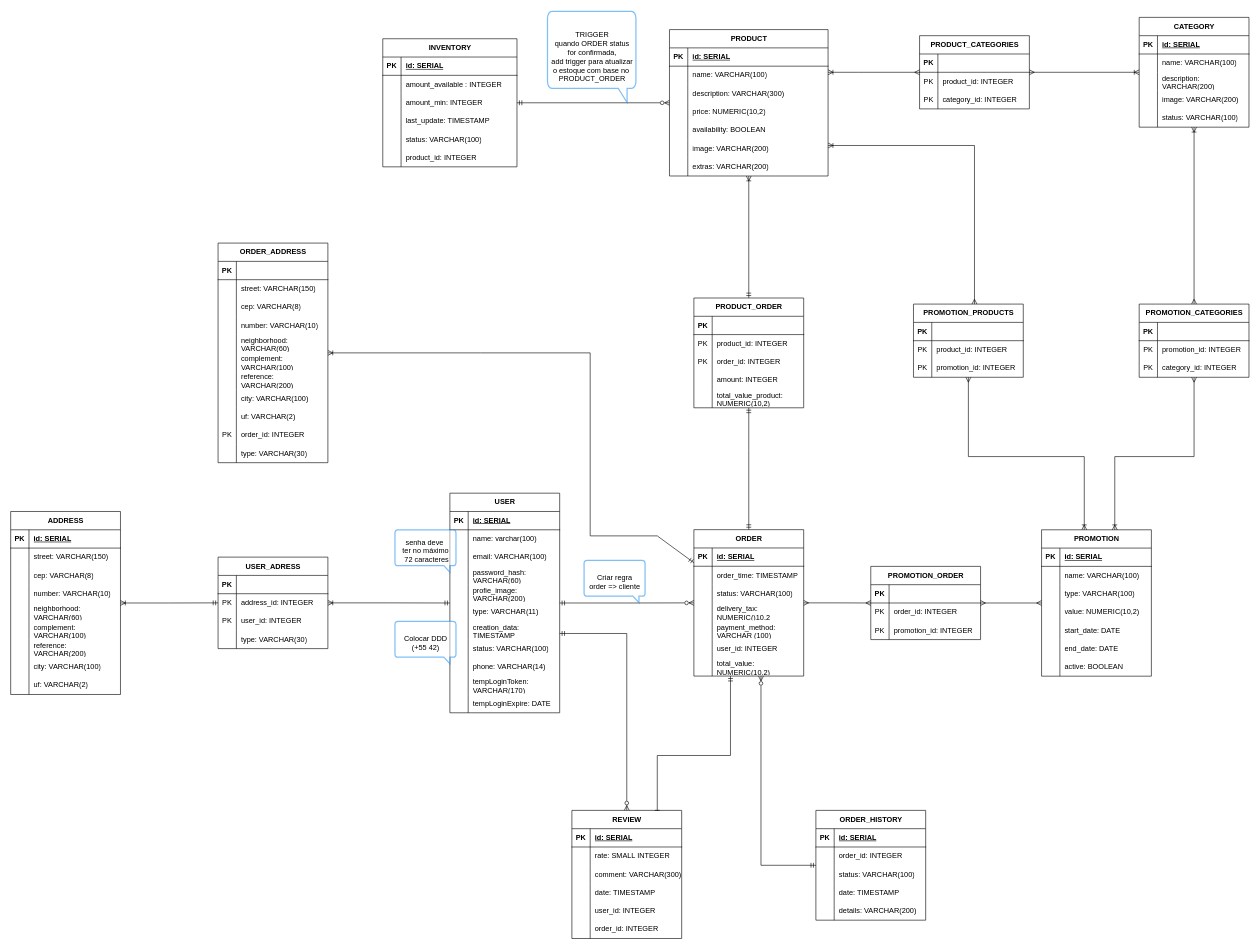
This is DescomplicAI(1).drawio from DescomplicAI-Lions/BancoDeDadosDiagrama, a draw.io file, before an edit. Source tidied: cells renumbered, new cells numbered last; positions are measured from the earlier drawing's top-left corner, leaving out a move shared by most shapes. Both pictures are drawn from the tidied source at 61%, with x=0, y=0 at pixel (10, 11).
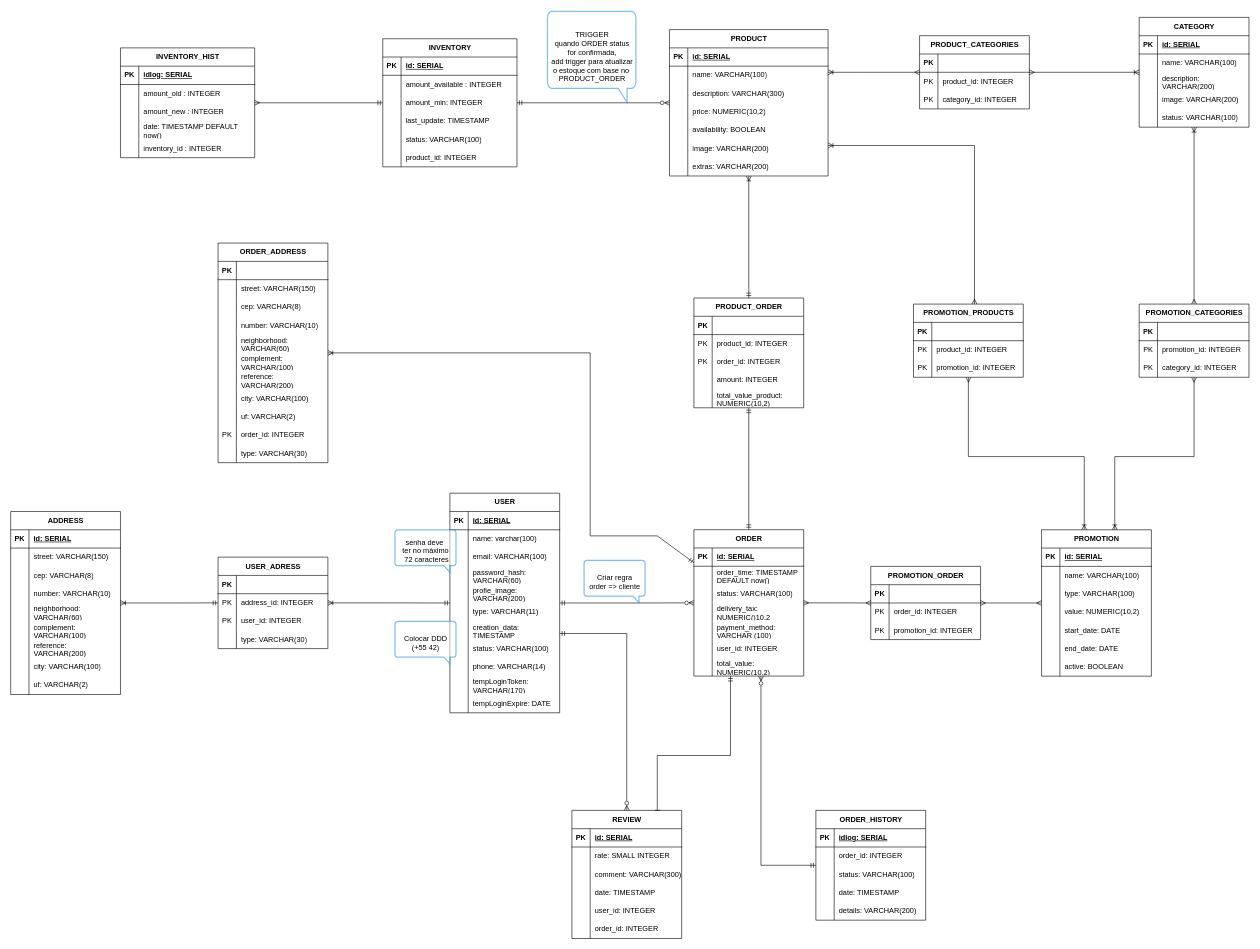
After the change.

Unchanged cells that the change refers to:
```xml
<mxCell id="21" value="INVENTORY" style="shape=table;startSize=30;childLayout=tableLayout;rowLines=0;fontStyle=1;align=center;html=1;" parent="1" vertex="1">
  <mxGeometry x="610" y="45" width="220" height="210" as="geometry" />
</mxCell>
<mxCell id="44" style="shape=tableRow;horizontal=0;startSize=0;swimlaneHead=0;swimlaneBody=0;fillColor=none;top=0;left=0;right=0;bottom=0;" parent="40" vertex="1">
  <mxGeometry y="60" width="180" height="30" as="geometry" />
</mxCell>
<mxCell id="123" style="shape=tableRow;horizontal=0;startSize=0;swimlaneHead=0;swimlaneBody=0;fillColor=none;top=0;left=0;right=0;bottom=1;" parent="122" vertex="1">
  <mxGeometry y="30" width="180" height="30" as="geometry" />
</mxCell>
```

Diff of the diagram source:
```diff
@@
-    <mxCell id="46" value="order_time: TIMESTAMP" style="shape=partialRectangle;fillColor=none;top=0;left=0;bottom=0;right=0;align=left;spacingLeft=6;overflow=hidden;whiteSpace=wrap;html=1;" parent="44" vertex="1">
+    <mxCell id="46" value="order_time: TIMESTAMP DEFAULT now()" style="shape=partialRectangle;fillColor=none;top=0;left=0;bottom=0;right=0;align=left;spacingLeft=6;overflow=hidden;whiteSpace=wrap;html=1;" parent="44" vertex="1">
       <mxGeometry x="30" width="150" height="30" as="geometry" />
     </mxCell>
@@
-    <mxCell id="125" value="id: SERIAL" style="shape=partialRectangle;fillColor=none;top=0;left=0;bottom=0;right=0;align=left;spacingLeft=6;fontStyle=5;overflow=hidden;whiteSpace=wrap;html=1;" parent="123" vertex="1">
+    <mxCell id="125" value="idlog: SERIAL" style="shape=partialRectangle;fillColor=none;top=0;left=0;bottom=0;right=0;align=left;spacingLeft=6;fontStyle=5;overflow=hidden;whiteSpace=wrap;html=1;" parent="123" vertex="1">
       <mxGeometry x="30" width="150" height="30" as="geometry" />
     </mxCell>
@@
+    <mxCell id="326" value="INVENTORY_HIST" style="shape=table;startSize=30;childLayout=tableLayout;rowLines=0;fontStyle=1;align=center;html=1;" parent="1" vertex="1">
+      <mxGeometry x="180" y="60" width="220" height="180" as="geometry" />
+    </mxCell>
+    <mxCell id="327" style="shape=tableRow;horizontal=0;startSize=0;swimlaneHead=0;swimlaneBody=0;fillColor=none;top=0;left=0;right=0;bottom=1;" parent="326" vertex="1">
+      <mxGeometry y="30" width="220" height="30" as="geometry" />
+    </mxCell>
+    <mxCell id="328" value="PK" style="shape=partialRectangle;fillColor=none;top=0;left=0;bottom=0;right=0;fontStyle=1;overflow=hidden;whiteSpace=wrap;html=1;" parent="327" vertex="1">
+      <mxGeometry width="30" height="30" as="geometry" />
+    </mxCell>
+    <mxCell id="329" value="idlog: SERIAL" style="shape=partialRectangle;fillColor=none;top=0;left=0;bottom=0;right=0;align=left;spacingLeft=6;fontStyle=5;overflow=hidden;whiteSpace=wrap;html=1;" parent="327" vertex="1">
+      <mxGeometry x="30" width="190" height="30" as="geometry" />
+    </mxCell>
+    <mxCell id="330" style="shape=tableRow;horizontal=0;startSize=0;swimlaneHead=0;swimlaneBody=0;fillColor=none;top=0;left=0;right=0;bottom=0;" parent="326" vertex="1">
+      <mxGeometry y="60" width="220" height="30" as="geometry" />
+    </mxCell>
+    <mxCell id="331" style="shape=partialRectangle;fillColor=none;top=0;left=0;bottom=0;right=0;overflow=hidden;whiteSpace=wrap;html=1;" parent="330" vertex="1">
+      <mxGeometry width="30" height="30" as="geometry" />
+    </mxCell>
+    <mxCell id="332" value="amount_old : INTEGER&amp;nbsp;" style="shape=partialRectangle;fillColor=none;top=0;left=0;bottom=0;right=0;align=left;spacingLeft=6;overflow=hidden;whiteSpace=wrap;html=1;" parent="330" vertex="1">
+      <mxGeometry x="30" width="190" height="30" as="geometry" />
+    </mxCell>
+    <mxCell id="333" style="shape=tableRow;horizontal=0;startSize=0;swimlaneHead=0;swimlaneBody=0;fillColor=none;top=0;left=0;right=0;bottom=0;" parent="326" vertex="1">
+      <mxGeometry y="90" width="220" height="30" as="geometry" />
+    </mxCell>
+    <mxCell id="334" style="shape=partialRectangle;fillColor=none;top=0;left=0;bottom=0;right=0;overflow=hidden;whiteSpace=wrap;html=1;" parent="333" vertex="1">
+      <mxGeometry width="30" height="30" as="geometry" />
+    </mxCell>
+    <mxCell id="335" value="amount_new : INTEGER&amp;nbsp;" style="shape=partialRectangle;fillColor=none;top=0;left=0;bottom=0;right=0;align=left;spacingLeft=6;overflow=hidden;whiteSpace=wrap;html=1;" parent="333" vertex="1">
+      <mxGeometry x="30" width="190" height="30" as="geometry" />
+    </mxCell>
+    <mxCell id="336" style="shape=tableRow;horizontal=0;startSize=0;swimlaneHead=0;swimlaneBody=0;fillColor=none;top=0;left=0;right=0;bottom=0;" parent="326" vertex="1">
+      <mxGeometry y="120" width="220" height="30" as="geometry" />
+    </mxCell>
+    <mxCell id="337" style="shape=partialRectangle;fillColor=none;top=0;left=0;bottom=0;right=0;overflow=hidden;whiteSpace=wrap;html=1;" parent="336" vertex="1">
+      <mxGeometry width="30" height="30" as="geometry" />
+    </mxCell>
+    <mxCell id="338" value="date: TIMESTAMP DEFAULT&amp;nbsp; now()" style="shape=partialRectangle;fillColor=none;top=0;left=0;bottom=0;right=0;align=left;spacingLeft=6;overflow=hidden;whiteSpace=wrap;html=1;" parent="336" vertex="1">
+      <mxGeometry x="30" width="190" height="30" as="geometry" />
+    </mxCell>
+    <mxCell id="339" style="shape=tableRow;horizontal=0;startSize=0;swimlaneHead=0;swimlaneBody=0;fillColor=none;top=0;left=0;right=0;bottom=0;" parent="326" vertex="1">
+      <mxGeometry y="150" width="220" height="30" as="geometry" />
+    </mxCell>
+    <mxCell id="340" style="shape=partialRectangle;fillColor=none;top=0;left=0;bottom=0;right=0;overflow=hidden;whiteSpace=wrap;html=1;" parent="339" vertex="1">
+      <mxGeometry width="30" height="30" as="geometry" />
+    </mxCell>
+    <mxCell id="341" value="inventory_id : INTEGER&amp;nbsp;" style="shape=partialRectangle;fillColor=none;top=0;left=0;bottom=0;right=0;align=left;spacingLeft=6;overflow=hidden;whiteSpace=wrap;html=1;" parent="339" vertex="1">
+      <mxGeometry x="30" width="190" height="30" as="geometry" />
+    </mxCell>
+    <mxCell id="342" style="edgeStyle=orthogonalEdgeStyle;fontSize=12;html=1;endArrow=ERmandOne;rounded=0;startArrow=ERmany;startFill=0;endFill=0;" parent="1" edge="1" source="326" target="21">
+      <mxGeometry relative="1" as="geometry" />
+    </mxCell>
```
